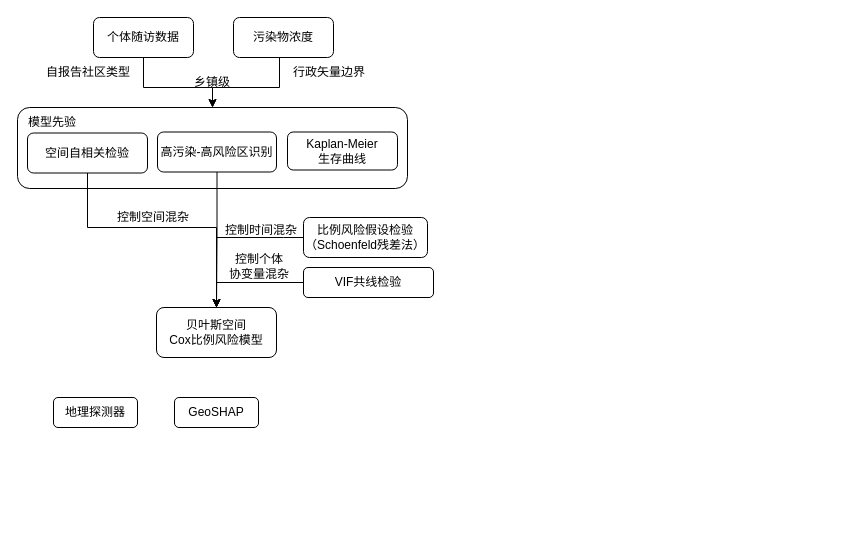
Earlier version of the draw.io diagram all/大论文流程图.drawio (1059363121/iodraw-files). Source tidied: cells renumbered, new cells numbered last; positions are measured from the earlier drawing's top-left corner, leaving out a move shared by most shapes. Both pictures are drawn from the tidied source at 100%, with x=0, y=0 at pixel (17, 17).
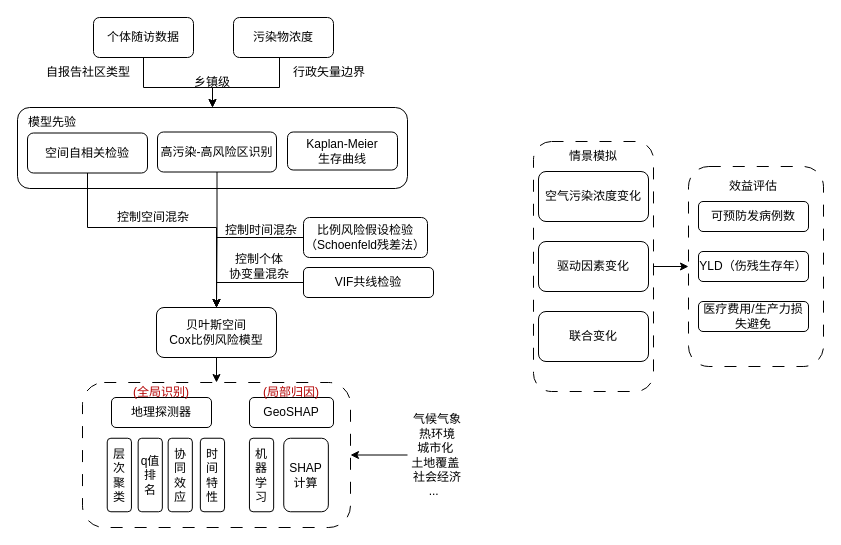
After the change.

Commit message:
更新大论文流程图.drawio

Unchanged cells that the change refers to:
```xml
<mxCell id="11" value="贝叶斯空间&lt;div&gt;Cox比例风险模型&lt;/div&gt;" style="rounded=1;whiteSpace=wrap;html=1;" parent="1" vertex="1">
  <mxGeometry x="139" y="290" width="120" height="50" as="geometry" />
</mxCell>
```

Diff of the diagram source:
```diff
@@
+    <mxCell id="28" style="rounded=1;whiteSpace=wrap;html=1;dashed=1;dashPattern=12 12;" parent="1" vertex="1">
+      <mxGeometry x="671" y="149" width="135" height="200" as="geometry" />
+    </mxCell>
+    <mxCell id="29" style="edgeStyle=orthogonalEdgeStyle;rounded=0;jettySize=auto;html=1;exitX=1;exitY=0.5;exitDx=0;exitDy=0;entryX=0;entryY=0.5;entryDx=0;entryDy=0;" parent="1" edge="1" source="30" target="28">
+      <mxGeometry relative="1" as="geometry" />
+    </mxCell>
+    <mxCell id="30" style="rounded=1;whiteSpace=wrap;html=1;dashed=1;dashPattern=12 12;" parent="1" vertex="1">
+      <mxGeometry x="516" y="124" width="120" height="250" as="geometry" />
+    </mxCell>
+    <mxCell id="31" style="rounded=1;whiteSpace=wrap;html=1;dashed=1;dashPattern=12 12;" parent="1" vertex="1">
+      <mxGeometry x="65" y="365" width="268" height="145" as="geometry" />
+    </mxCell>
@@
+    <mxCell id="32" style="edgeStyle=orthogonalEdgeStyle;rounded=0;jettySize=auto;html=1;exitX=0.5;exitY=1;exitDx=0;exitDy=0;entryX=0.5;entryY=0;entryDx=0;entryDy=0;" parent="1" edge="1" source="11" target="31">
+      <mxGeometry relative="1" as="geometry" />
+    </mxCell>
@@
-    <mxCell id="13" style="group;" parent="1" vertex="1">
+    <mxCell id="13" style="group;dashed=1;dashPattern=12 12;" parent="1" vertex="1">
       <mxGeometry y="90" width="390" height="81" as="geometry" />
     </mxCell>
-    <mxCell id="14" style="group;" parent="13" vertex="1">
+    <mxCell id="14" style="group;dashed=1;dashPattern=12 12;" parent="13" vertex="1">
       <mxGeometry width="390" height="81" as="geometry" />
     </mxCell>
@@
     <mxCell id="26" value="地理探测器" style="rounded=1;whiteSpace=wrap;html=1;" parent="1" vertex="1">
-      <mxGeometry x="36" y="380" width="84" height="30" as="geometry" />
+      <mxGeometry x="94" y="380" width="100" height="30" as="geometry" />
     </mxCell>
     <mxCell id="27" value="GeoSHAP" style="rounded=1;whiteSpace=wrap;html=1;" parent="1" vertex="1">
-      <mxGeometry x="157" y="380" width="84" height="30" as="geometry" />
+      <mxGeometry x="232" y="380" width="84" height="30" as="geometry" />
     </mxCell>
+    <mxCell id="33" style="edgeStyle=orthogonalEdgeStyle;rounded=0;jettySize=auto;html=1;entryX=1;entryY=0.5;entryDx=0;entryDy=0;" parent="1" edge="1" source="34" target="31">
+      <mxGeometry relative="1" as="geometry" />
+    </mxCell>
+    <mxCell id="34" value="气候气象&lt;div&gt;热环境&lt;/div&gt;&lt;div&gt;城市化&amp;nbsp;&lt;/div&gt;&lt;div&gt;土地覆盖&amp;nbsp;&lt;/div&gt;&lt;div&gt;社会经济&lt;/div&gt;&lt;div&gt;...&amp;nbsp;&amp;nbsp;&lt;/div&gt;" style="text;html=1;whiteSpace=wrap;strokeColor=none;fillColor=none;align=center;verticalAlign=middle;rounded=0;" parent="1" vertex="1">
+      <mxGeometry x="390" y="422.5" width="60" height="30" as="geometry" />
+    </mxCell>
+    <mxCell id="35" value="层次聚类" style="rounded=1;whiteSpace=wrap;html=1;horizontal=0;rotation=90;" parent="1" vertex="1">
+      <mxGeometry x="65.1" y="445.4" width="73.5" height="24.2" as="geometry" />
+    </mxCell>
+    <mxCell id="36" value="q值排名" style="rounded=1;whiteSpace=wrap;html=1;horizontal=0;rotation=90;" parent="1" vertex="1">
+      <mxGeometry x="96" y="445.4" width="73.5" height="24.2" as="geometry" />
+    </mxCell>
+    <mxCell id="37" value="协同效应" style="rounded=1;whiteSpace=wrap;html=1;horizontal=0;rotation=90;" parent="1" vertex="1">
+      <mxGeometry x="126" y="445.4" width="73.5" height="24.2" as="geometry" />
+    </mxCell>
+    <mxCell id="38" value="时间特性" style="rounded=1;whiteSpace=wrap;html=1;horizontal=0;rotation=90;" parent="1" vertex="1">
+      <mxGeometry x="158.2" y="445.4" width="73.5" height="24.2" as="geometry" />
+    </mxCell>
+    <mxCell id="39" value="&lt;font style=&quot;color: light-dark(rgb(179, 0, 0), rgb(237, 237, 237));&quot;&gt; (全局识别)    &lt;/font&gt;" style="text;html=1;whiteSpace=wrap;strokeColor=none;fillColor=none;align=center;verticalAlign=middle;rounded=0;" parent="1" vertex="1">
+      <mxGeometry x="114" y="360" width="60" height="30" as="geometry" />
+    </mxCell>
+    <mxCell id="40" value="&lt;font style=&quot;color: light-dark(rgb(179, 0, 0), rgb(237, 237, 237));&quot;&gt; (局部归因)    &lt;/font&gt;" style="text;html=1;whiteSpace=wrap;strokeColor=none;fillColor=none;align=center;verticalAlign=middle;rounded=0;" parent="1" vertex="1">
+      <mxGeometry x="244" y="360" width="60" height="30" as="geometry" />
+    </mxCell>
+    <mxCell id="41" value="机器学习" style="rounded=1;whiteSpace=wrap;html=1;horizontal=0;rotation=90;" parent="1" vertex="1">
+      <mxGeometry x="207.3" y="445.4" width="73.5" height="24.2" as="geometry" />
+    </mxCell>
+    <mxCell id="42" value="SHAP计算" style="rounded=1;whiteSpace=wrap;html=1;horizontal=0;rotation=90;" parent="1" vertex="1">
+      <mxGeometry x="251.8" y="435.2" width="73.5" height="44.6" as="geometry" />
+    </mxCell>
+    <mxCell id="43" value="空气污染浓度变化" style="rounded=1;whiteSpace=wrap;html=1;" parent="1" vertex="1">
+      <mxGeometry x="521" y="154" width="110" height="50" as="geometry" />
+    </mxCell>
+    <mxCell id="44" value="驱动因素变化" style="rounded=1;whiteSpace=wrap;html=1;" parent="1" vertex="1">
+      <mxGeometry x="521" y="224" width="110" height="50" as="geometry" />
+    </mxCell>
+    <mxCell id="45" value="联合变化" style="rounded=1;whiteSpace=wrap;html=1;" parent="1" vertex="1">
+      <mxGeometry x="521" y="294" width="110" height="50" as="geometry" />
+    </mxCell>
+    <mxCell id="46" value="可预防发病例数 " style="rounded=1;whiteSpace=wrap;html=1;" parent="1" vertex="1">
+      <mxGeometry x="681" y="184" width="110" height="30" as="geometry" />
+    </mxCell>
+    <mxCell id="47" value="情景模拟" style="text;html=1;whiteSpace=wrap;strokeColor=none;fillColor=none;align=center;verticalAlign=middle;rounded=0;" parent="1" vertex="1">
+      <mxGeometry x="546" y="124" width="60" height="30" as="geometry" />
+    </mxCell>
+    <mxCell id="48" value="YLD（伤残生存年） " style="rounded=1;whiteSpace=wrap;html=1;" parent="1" vertex="1">
+      <mxGeometry x="681" y="234" width="110" height="30" as="geometry" />
+    </mxCell>
+    <mxCell id="49" value="医疗费用/生产力损失避免" style="rounded=1;whiteSpace=wrap;html=1;" parent="1" vertex="1">
+      <mxGeometry x="681" y="284" width="110" height="30" as="geometry" />
+    </mxCell>
+    <mxCell id="50" value="效益评估" style="text;html=1;whiteSpace=wrap;strokeColor=none;fillColor=none;align=center;verticalAlign=middle;rounded=0;" parent="1" vertex="1">
+      <mxGeometry x="706" y="154" width="60" height="30" as="geometry" />
+    </mxCell>
```
